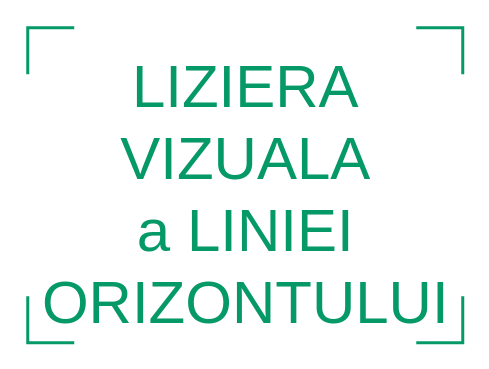
This is 5FBD441D-974B-4C04-A9DA-0596A616E4A1_1_201_a.drawio from sheeperoni/Diagrams, a draw.io file, before an edit. Source tidied: cells renumbered, new cells numbered last; positions are measured from the earlier drawing's top-left corner, leaving out a move shared by most shapes. Both pictures are drawn from the tidied source at 150%, with x=0, y=0 at pixel (27, 27).
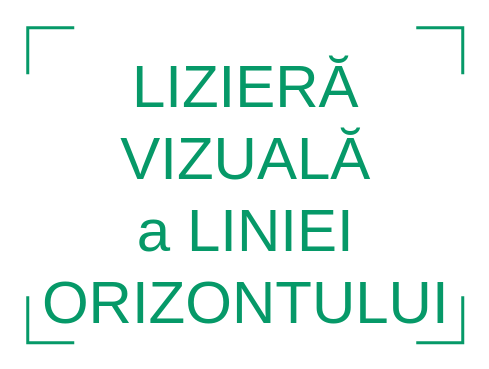
Above is the later version.

Change to the diagram source:
```diff
@@
 <mxGraphModel>
   <root>
     <mxCell id="0" />
     <mxCell id="1" parent="0" />
-    <mxCell id="2" value="&lt;font style=&quot;font-size: 40px&quot; color=&quot;#069968&quot;&gt;LIZIERA&lt;br&gt;VIZUALA&lt;br&gt;a LINIEI&lt;br&gt;ORIZONTULUI&lt;br&gt;&lt;/font&gt;" style="text;html=1;align=center;verticalAlign=middle;strokeColor=none;fillColor=none;" parent="1" vertex="1">
+    <mxCell id="2" value="&lt;font style=&quot;font-size: 40px&quot; color=&quot;#069968&quot;&gt;LIZIERĂ&lt;br&gt;VIZUALĂ&lt;br&gt;a LINIEI&lt;br&gt;ORIZONTULUI&lt;br&gt;&lt;/font&gt;" style="text;html=1;align=center;verticalAlign=middle;strokeColor=none;fillColor=none;" parent="1" vertex="1">
       <mxGeometry y="60" width="290" height="100" as="geometry" />
     </mxCell>
     <mxCell id="3" style="shape=partialRectangle;whiteSpace=wrap;html=1;bottom=0;right=0;fillColor=none;fontSize=40;fontColor=#069968;strokeWidth=2;strokeColor=#069968;" parent="1" vertex="1">
       <mxGeometry width="30" height="30" as="geometry" />
     </mxCell>
     <mxCell id="4" style="shape=partialRectangle;whiteSpace=wrap;html=1;bottom=0;right=0;fillColor=none;fontSize=40;fontColor=#069968;strokeWidth=2;strokeColor=#069968;rotation=90;" parent="1" vertex="1">
       <mxGeometry x="260" width="30" height="30" as="geometry" />
     </mxCell>
     <mxCell id="5" style="shape=partialRectangle;whiteSpace=wrap;html=1;bottom=0;right=0;fillColor=none;fontSize=40;fontColor=#069968;strokeWidth=2;strokeColor=#069968;rotation=-180;" parent="1" vertex="1">
       <mxGeometry x="260" y="180" width="30" height="30" as="geometry" />
     </mxCell>
     <mxCell id="6" style="shape=partialRectangle;whiteSpace=wrap;html=1;bottom=0;right=0;fillColor=none;fontSize=40;fontColor=#069968;strokeWidth=2;strokeColor=#069968;rotation=-90;" parent="1" vertex="1">
       <mxGeometry y="180" width="30" height="30" as="geometry" />
     </mxCell>
   </root>
 </mxGraphModel>
```
